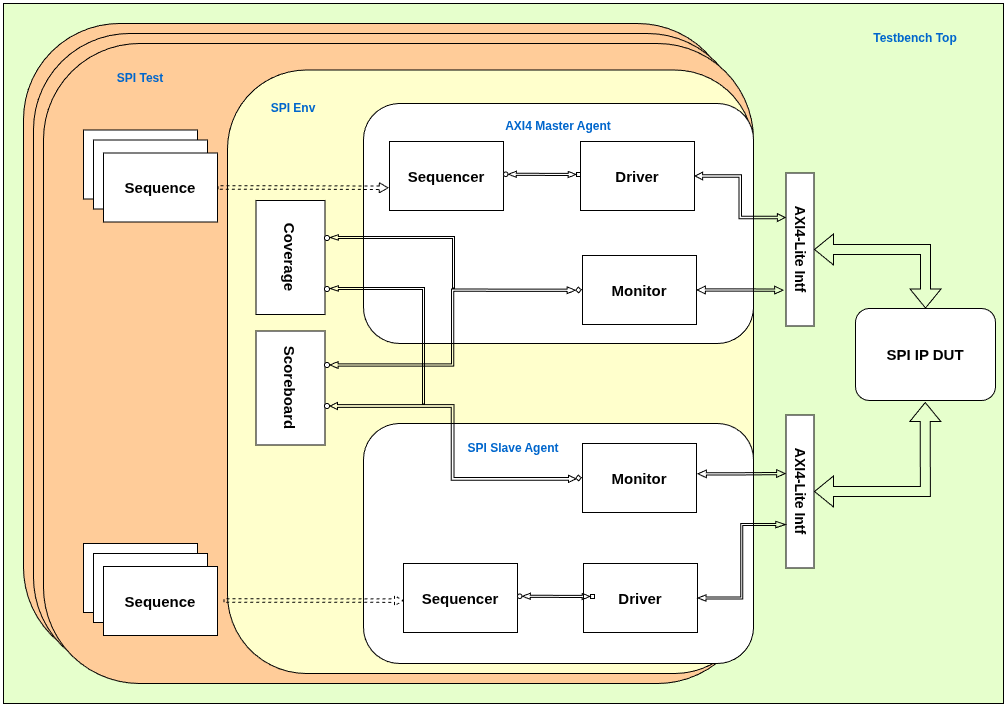
muhammadimran-10xe/dv_infrastructure keeps this draw.io diagram as resources/SPI UVM TB Architecture.drawio.png. Above is the earlier version. Source tidied: cells renumbered, new cells last; positions are measured from the earlier drawing's top-left corner, leaving out a move shared by most shapes.
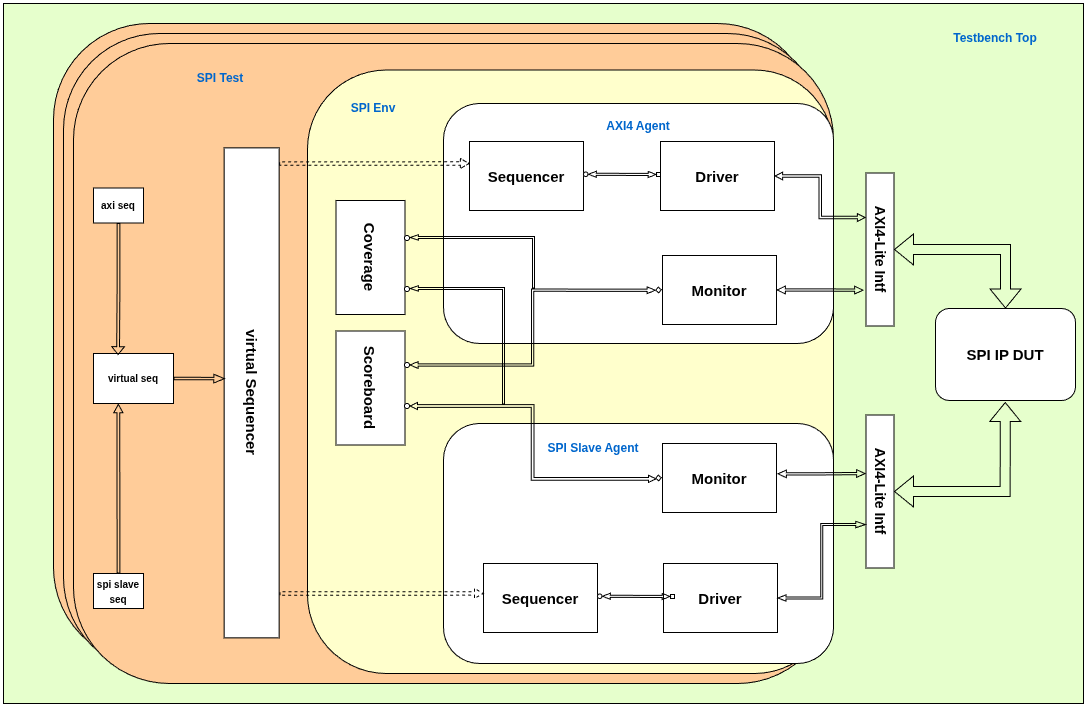
After the change.

Change to the diagram source:
```diff
@@ -3,16 +3,16 @@
     <mxCell id="0" />
     <mxCell id="1" parent="0" />
     <mxCell id="2" style="rounded=0;whiteSpace=wrap;html=1;fillColor=#E6FFCC;" parent="1" vertex="1">
-      <mxGeometry width="1000" height="700" as="geometry" />
+      <mxGeometry x="-80" width="1080" height="700" as="geometry" />
     </mxCell>
     <mxCell id="3" style="rounded=1;whiteSpace=wrap;html=1;fillColor=#FFCC99;" parent="1" vertex="1">
-      <mxGeometry x="20" y="20" width="710" height="640" as="geometry" />
+      <mxGeometry x="-30" y="20" width="760" height="640" as="geometry" />
     </mxCell>
     <mxCell id="4" style="rounded=1;whiteSpace=wrap;html=1;fillColor=#FFCC99;" parent="1" vertex="1">
-      <mxGeometry x="30" y="30" width="710" height="640" as="geometry" />
+      <mxGeometry x="-20" y="30" width="760" height="640" as="geometry" />
     </mxCell>
     <mxCell id="5" style="rounded=1;whiteSpace=wrap;html=1;fillColor=#FFCC99;" parent="1" vertex="1">
-      <mxGeometry x="40" y="40" width="710" height="640" as="geometry" />
+      <mxGeometry x="-10" y="40" width="760" height="640" as="geometry" />
     </mxCell>
     <mxCell id="6" style="rounded=1;whiteSpace=wrap;html=1;fillColor=#FFFFCC;" parent="1" vertex="1">
       <mxGeometry x="224" y="66.5" width="526" height="603.5" as="geometry" />
@@ -123,33 +123,18 @@
     <mxCell id="39" style="edgeStyle=orthogonalEdgeStyle;rounded=0;jettySize=auto;html=1;exitX=1;exitY=0.5;exitDx=0;exitDy=0;entryX=0.716;entryY=1.004;entryDx=0;entryDy=0;entryPerimeter=0;shape=flexArrow;startArrow=classic;startFill=1;width=1.971830985915493;startSize=2.323943661971831;startWidth=3.388216623685777;endWidth=3.388216623685777;endSize=2.8619718309859157;" parent="1" edge="1" source="27" target="12">
       <mxGeometry relative="1" as="geometry" />
     </mxCell>
-    <mxCell id="40" value="&lt;b&gt;&lt;font style=&quot;font-size: 15px;&quot;&gt;Monitor&lt;/font&gt;&lt;/b&gt;" style="rounded=0;whiteSpace=wrap;html=1;" parent="1" vertex="1">
-      <mxGeometry x="80" y="126.5" width="114" height="69" as="geometry" />
-    </mxCell>
-    <mxCell id="41" value="&lt;b&gt;&lt;font style=&quot;font-size: 15px;&quot;&gt;Monitor&lt;/font&gt;&lt;/b&gt;" style="rounded=0;whiteSpace=wrap;html=1;" parent="1" vertex="1">
-      <mxGeometry x="90" y="136.5" width="114" height="69" as="geometry" />
-    </mxCell>
-    <mxCell id="42" style="edgeStyle=orthogonalEdgeStyle;rounded=0;jettySize=auto;html=1;exitX=1;exitY=0.5;exitDx=0;exitDy=0;shape=flexArrow;width=3.4482758620689657;endSize=2.5586206896551724;endWidth=5.707491082045185;entryX=-0.009;entryY=0.671;entryDx=0;entryDy=0;entryPerimeter=0;dashed=1;" parent="1" edge="1" source="43" target="21">
-      <mxGeometry relative="1" as="geometry" />
+    <mxCell id="42" style="edgeStyle=orthogonalEdgeStyle;rounded=0;jettySize=auto;html=1;shape=flexArrow;width=3.4482758620689657;endSize=2.5586206896551724;endWidth=5.707491082045185;entryX=-0.009;entryY=0.671;entryDx=0;entryDy=0;entryPerimeter=0;dashed=1;exitX=0.032;exitY=0.001;exitDx=0;exitDy=0;exitPerimeter=0;" parent="1" edge="1" source="43">
+      <mxGeometry relative="1" as="geometry">
+        <mxPoint x="386" y="160" as="targetPoint" />
+      </mxGeometry>
     </mxCell>
-    <mxCell id="43" value="&lt;b&gt;&lt;font style=&quot;font-size: 15px;&quot;&gt;Sequence&lt;/font&gt;&lt;/b&gt;" style="rounded=0;whiteSpace=wrap;html=1;" parent="1" vertex="1">
-      <mxGeometry x="100" y="149.5" width="114" height="69" as="geometry" />
+    <mxCell id="43" value="&lt;b&gt;&lt;font style=&quot;font-size: 15px;&quot;&gt;virtual Sequencer&lt;/font&gt;&lt;/b&gt;" style="rounded=0;whiteSpace=wrap;html=1;rotation=90;" parent="1" vertex="1">
+      <mxGeometry x="-76.9" y="361.9" width="490" height="55" as="geometry" />
     </mxCell>
-    <mxCell id="44" value="&lt;b&gt;&lt;font style=&quot;font-size: 15px;&quot;&gt;Monitor&lt;/font&gt;&lt;/b&gt;" style="rounded=0;whiteSpace=wrap;html=1;" parent="1" vertex="1">
-      <mxGeometry x="80" y="540" width="114" height="69" as="geometry" />
-    </mxCell>
-    <mxCell id="45" value="&lt;b&gt;&lt;font style=&quot;font-size: 15px;&quot;&gt;Monitor&lt;/font&gt;&lt;/b&gt;" style="rounded=0;whiteSpace=wrap;html=1;" parent="1" vertex="1">
-      <mxGeometry x="90" y="550" width="114" height="69" as="geometry" />
-    </mxCell>
-    <mxCell id="46" value="&lt;b&gt;&lt;font style=&quot;font-size: 15px;&quot;&gt;Sequence&lt;/font&gt;&lt;/b&gt;" style="rounded=0;whiteSpace=wrap;html=1;" parent="1" vertex="1">
-      <mxGeometry x="100" y="563" width="114" height="69" as="geometry" />
+    <mxCell id="46" value="&lt;span style=&quot;font-size: 10px;&quot;&gt;&lt;b&gt;spi slave&lt;br&gt;seq&lt;/b&gt;&lt;/span&gt;" style="rounded=0;whiteSpace=wrap;html=1;" parent="1" vertex="1">
+      <mxGeometry x="10" y="570" width="50" height="35" as="geometry" />
     </mxCell>
-    <mxCell id="47" style="edgeStyle=orthogonalEdgeStyle;rounded=0;jettySize=auto;html=1;shape=flexArrow;width=3.4482758620689657;endSize=2.5586206896551724;endWidth=5.707491082045185;entryX=0.103;entryY=0.738;entryDx=0;entryDy=0;entryPerimeter=0;dashed=1;" parent="1" edge="1" target="26">
-      <mxGeometry relative="1" as="geometry">
-        <mxPoint x="220" y="597" as="sourcePoint" />
-      </mxGeometry>
-    </mxCell>
-    <mxCell id="48" value="&lt;b&gt;&lt;font style=&quot;color: rgb(0, 102, 204);&quot;&gt;AXI4 Master Agent&lt;/font&gt;&lt;/b&gt;" style="text;html=1;whiteSpace=wrap;strokeColor=none;fillColor=none;align=center;verticalAlign=middle;rounded=0;" parent="1" vertex="1">
+    <mxCell id="48" value="&lt;b&gt;&lt;font style=&quot;color: rgb(0, 102, 204);&quot;&gt;AXI4 Agent&lt;/font&gt;&lt;/b&gt;" style="text;html=1;whiteSpace=wrap;strokeColor=none;fillColor=none;align=center;verticalAlign=middle;rounded=0;" parent="1" vertex="1">
       <mxGeometry x="495" y="108" width="120" height="30" as="geometry" />
     </mxCell>
     <mxCell id="49" value="&lt;b&gt;&lt;font style=&quot;color: rgb(0, 102, 204);&quot;&gt;SPI Env&lt;/font&gt;&lt;/b&gt;" style="text;html=1;whiteSpace=wrap;strokeColor=none;fillColor=none;align=center;verticalAlign=middle;rounded=0;" parent="1" vertex="1">
@@ -185,5 +170,25 @@
         </Array>
       </mxGeometry>
     </mxCell>
+    <mxCell id="57" value="&lt;span style=&quot;font-size: 10px;&quot;&gt;&lt;b&gt;axi seq&lt;/b&gt;&lt;/span&gt;" style="rounded=0;whiteSpace=wrap;html=1;" parent="1" vertex="1">
+      <mxGeometry x="10" y="184.5" width="50" height="35" as="geometry" />
+    </mxCell>
+    <mxCell id="58" style="edgeStyle=orthogonalEdgeStyle;rounded=0;jettySize=auto;html=1;shape=flexArrow;width=3.4482758620689657;endSize=2.5586206896551724;endWidth=5.707491082045185;entryX=0.001;entryY=0.434;entryDx=0;entryDy=0;entryPerimeter=0;dashed=1;exitX=0.032;exitY=0.001;exitDx=0;exitDy=0;exitPerimeter=0;" parent="1" edge="1" target="28">
+      <mxGeometry relative="1" as="geometry">
+        <mxPoint x="196" y="590" as="sourcePoint" />
+      </mxGeometry>
+    </mxCell>
+    <mxCell id="59" value="&lt;span style=&quot;font-size: 10px;&quot;&gt;&lt;b&gt;virtual seq&lt;/b&gt;&lt;/span&gt;" style="rounded=0;whiteSpace=wrap;html=1;" parent="1" vertex="1">
+      <mxGeometry x="10" y="350" width="80" height="50" as="geometry" />
+    </mxCell>
+    <mxCell id="60" style="edgeStyle=orthogonalEdgeStyle;rounded=0;jettySize=auto;html=1;entryX=0.307;entryY=0.031;entryDx=0;entryDy=0;entryPerimeter=0;shape=flexArrow;width=2.8;endSize=2.284;endWidth=8.879999999999999;" parent="1" edge="1" source="57" target="59">
+      <mxGeometry relative="1" as="geometry" />
+    </mxCell>
+    <mxCell id="61" style="edgeStyle=orthogonalEdgeStyle;rounded=0;jettySize=auto;html=1;entryX=0.059;entryY=0.563;entryDx=0;entryDy=0;entryPerimeter=0;shape=flexArrow;width=2.8;endSize=2.46;endWidth=5.279999999999999;" parent="1" edge="1" source="46" target="5">
+      <mxGeometry relative="1" as="geometry" />
+    </mxCell>
+    <mxCell id="62" style="edgeStyle=orthogonalEdgeStyle;rounded=0;jettySize=auto;html=1;entryX=0.471;entryY=0.988;entryDx=0;entryDy=0;entryPerimeter=0;shape=flexArrow;width=2.4;endSize=3.157046979865772;endWidth=5.315436241610739;" parent="1" edge="1" source="59" target="43">
+      <mxGeometry relative="1" as="geometry" />
+    </mxCell>
   </root>
 </mxGraphModel>
```
